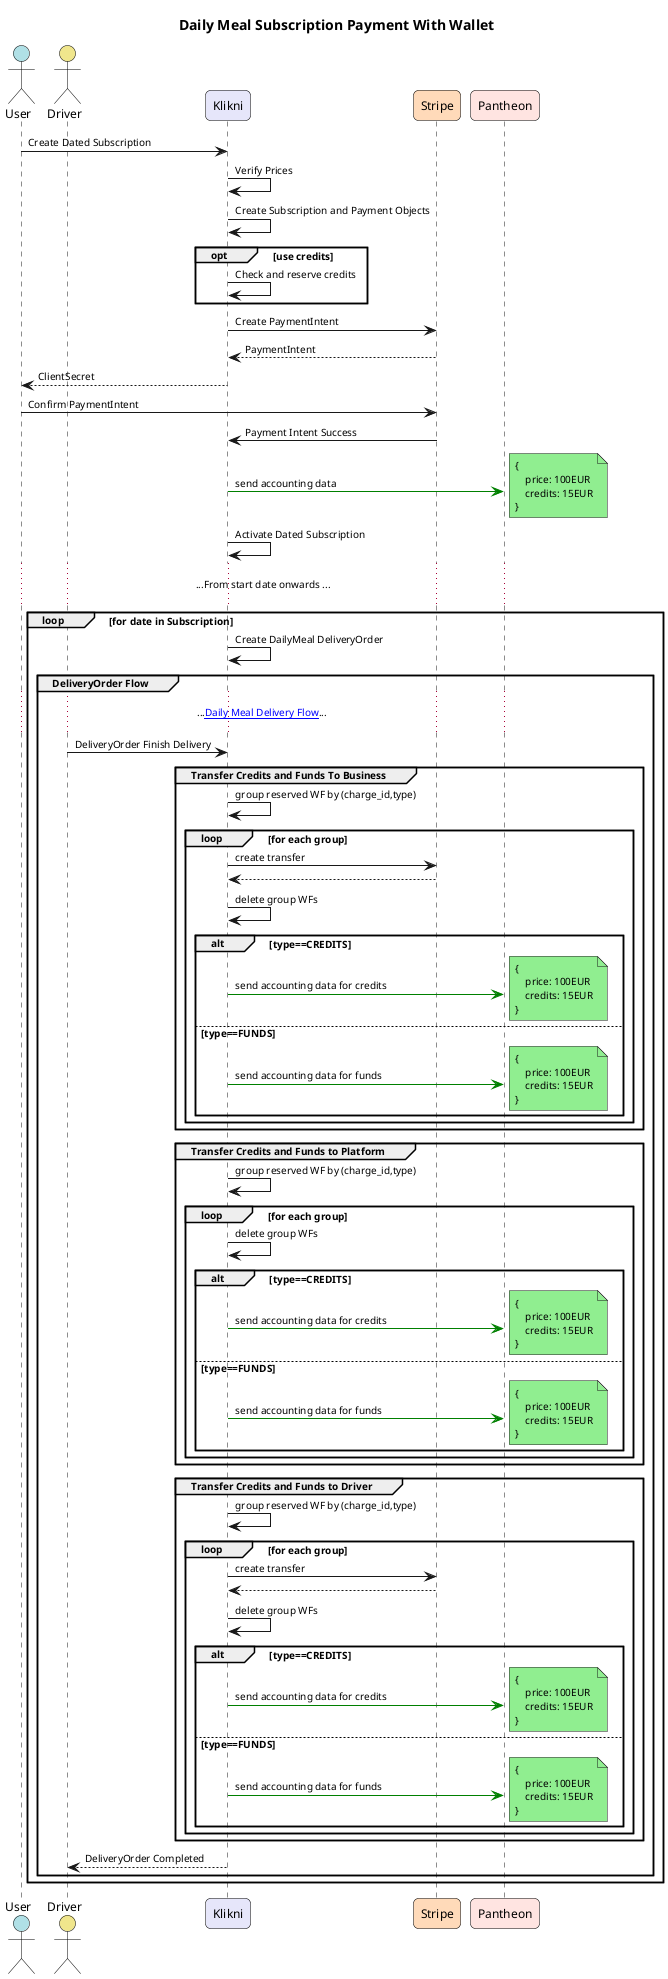
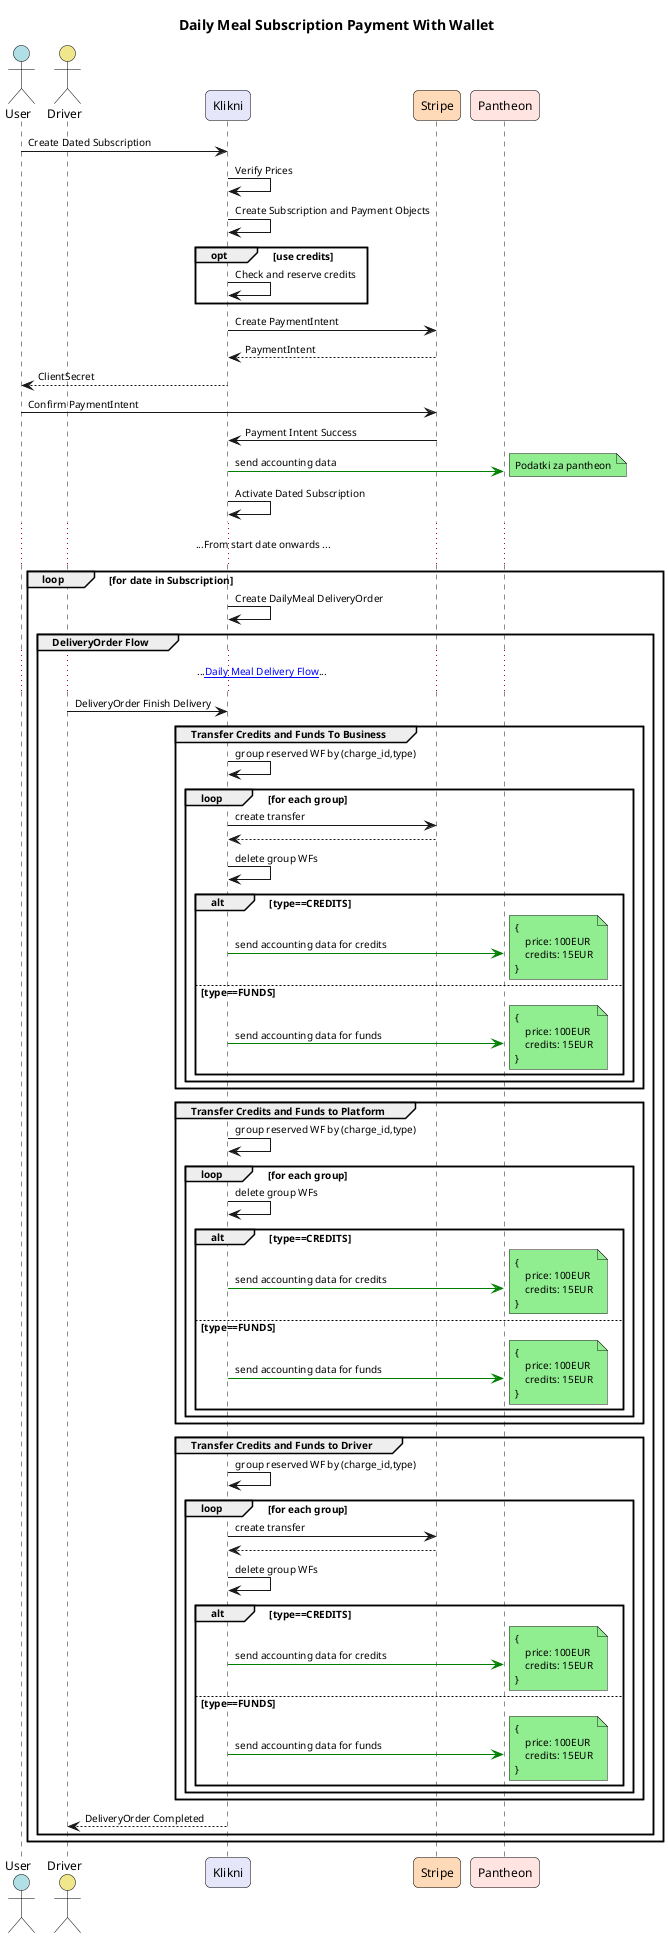
@startuml DailyMealsWallet
title Daily Meal Subscription Payment With Wallet

' === Compact Sequence Styling ===
skinparam defaultFontSize 10
skinparam sequence {
    MessageSpacing 15
    ParticipantSpacing 50
}

' === Actor / Participant Styling ===
skinparam actor {
    FontName Arial
    FontSize 12
    BorderColor Black
    BackgroundColor #ADD8E6
    RoundCorner 10
    MinWidth 120
    MinHeight 120
}

skinparam participant {
    FontName Arial
    FontSize 12
    BorderColor Black
    RoundCorner 10
    MinWidth 140
    MinHeight 100
}

' === Participant Colors ===
' Use stereotypes for coloring specific entities
actor User as user #B0E0E6
actor Driver as driver #F0E68C
participant Klikni as klikni #E6E6FA
participant Stripe as stripe #FFDAB9
participant Pantheon as pantheon #FFE4E1

' === Sequence Example ===
user -> klikni: Create Dated Subscription
klikni -> klikni: Verify Prices
klikni -> klikni: Create Subscription and Payment Objects
opt use credits
    klikni -> klikni: Check and reserve credits
end
klikni -> stripe: Create PaymentIntent
klikni <-- stripe: PaymentIntent
user <-- klikni: ClientSecret
user -> stripe: Confirm PaymentIntent
stripe -> klikni: Payment Intent Success
klikni -[#green]> pantheon: send accounting data
note right #LightGreen
- {
-     price: 100EUR
-     credits: 15EUR
- }
+ Podatki za pantheon
end note
klikni -> klikni: Activate Dated Subscription

... ...From start date onwards ... ...
loop for date in Subscription
klikni -> klikni: Create DailyMeal DeliveryOrder

group DeliveryOrder Flow
    ... ...[[http://plantuml.com Daily Meal Delivery Flow]]...  ...
    driver -> klikni: DeliveryOrder Finish Delivery

    group Transfer Credits and Funds To Business
        klikni->klikni: group reserved WF by (charge_id,type)
        loop for each group
            klikni->stripe: create transfer
            klikni<--stripe
            klikni->klikni: delete group WFs

            alt type==CREDITS
                klikni -[#green]> pantheon: send accounting data for credits
                note right #LightGreen
                {
                    price: 100EUR
                    credits: 15EUR
                }
                end note
            else type==FUNDS
                klikni -[#green]> pantheon: send accounting data for funds
                note right #LightGreen
                {
                    price: 100EUR
                    credits: 15EUR
                }
                end note
            end
        end
    end
    group Transfer Credits and Funds to Platform
        klikni->klikni: group reserved WF by (charge_id,type)
        loop for each group
            klikni->klikni: delete group WFs

            alt type==CREDITS
                klikni -[#green]> pantheon: send accounting data for credits
                note right #LightGreen
                {
                    price: 100EUR
                    credits: 15EUR
                }
                end note
            else type==FUNDS
                klikni -[#green]> pantheon: send accounting data for funds
                note right #LightGreen
                {
                    price: 100EUR
                    credits: 15EUR
                }
                end note
            end
        end
    end
    group Transfer Credits and Funds to Driver
        klikni->klikni: group reserved WF by (charge_id,type)
        loop for each group
            klikni->stripe: create transfer
            klikni<--stripe
            klikni->klikni: delete group WFs

            alt type==CREDITS
                klikni -[#green]> pantheon: send accounting data for credits
                note right #LightGreen
                {
                    price: 100EUR
                    credits: 15EUR
                }
                end note
            else type==FUNDS
                klikni -[#green]> pantheon: send accounting data for funds
                note right #LightGreen
                {
                    price: 100EUR
                    credits: 15EUR
                }
                end note
            end
        end
    end
    klikni --> driver: DeliveryOrder Completed
end
end
@enduml